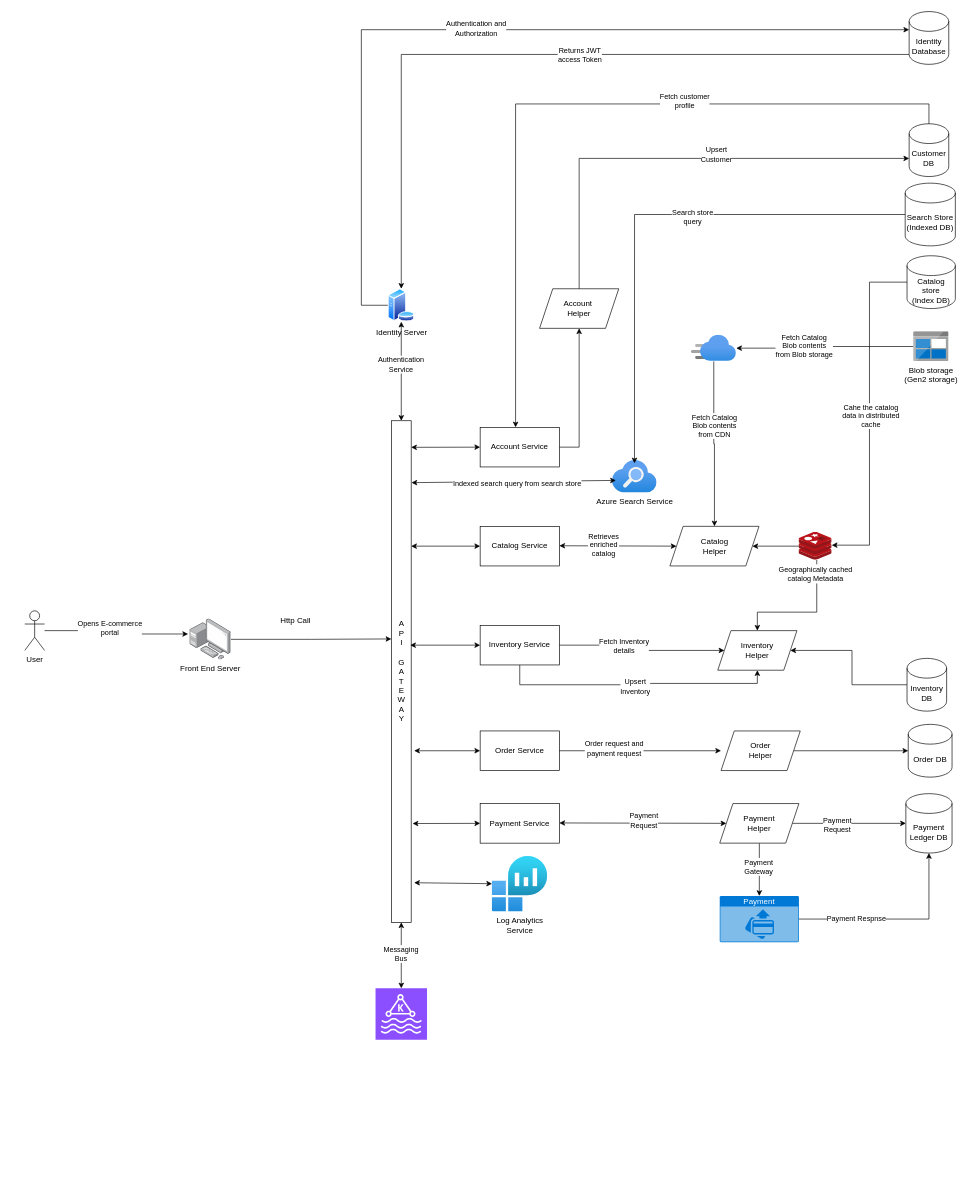
Earlier version of the draw.io diagram MicroserviceDesignDiagram.drawio (suryadipbasu/draw.io.design.diagrams). Source tidied: cells renumbered, new cells numbered last; positions are measured from the earlier drawing's top-left corner, leaving out a move shared by most shapes. Both pictures are drawn from the tidied source at 66%, with x=0, y=0 at pixel (24, 11).
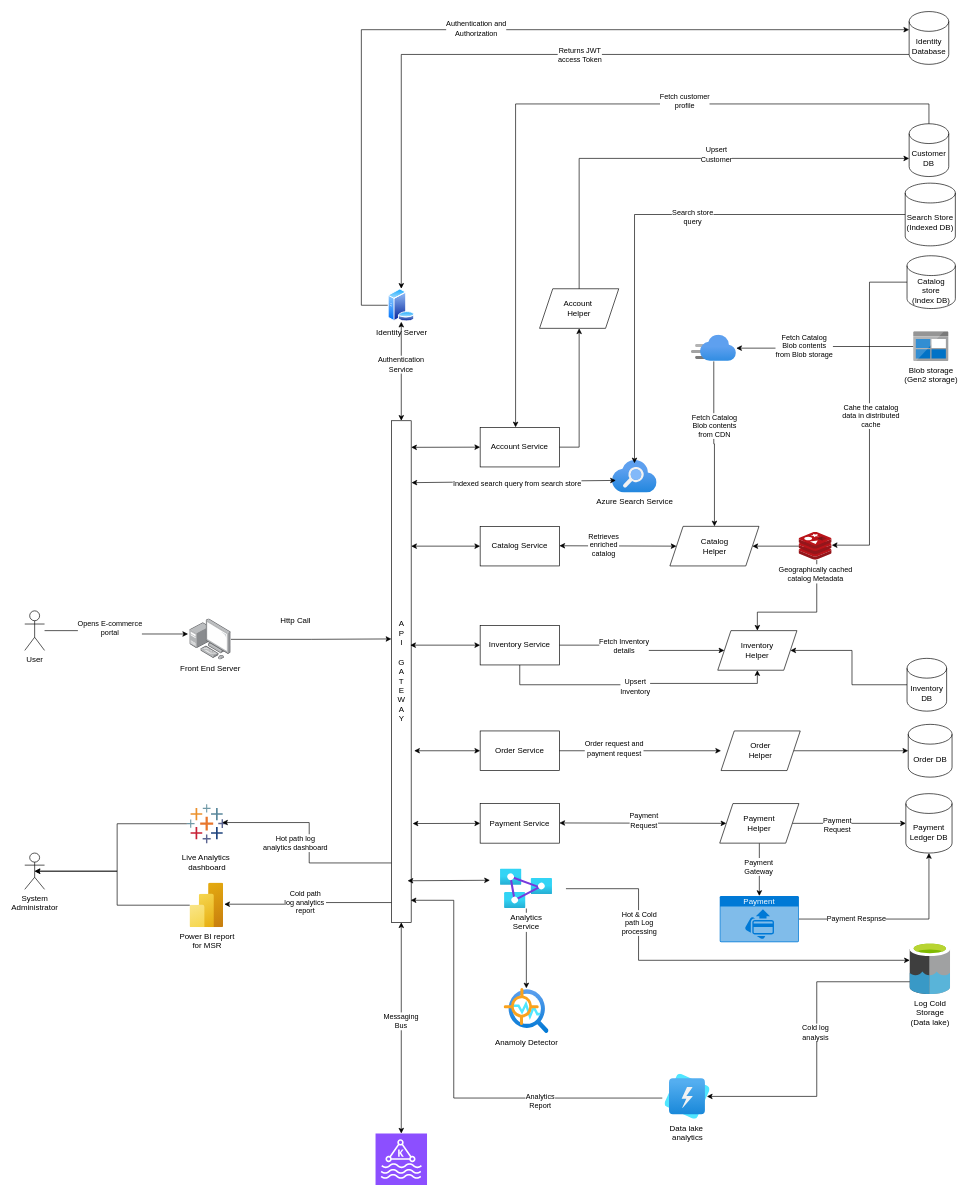
The same page after the edit.

The change refers to these unchanged cells:
```xml
<mxCell id="2" value="A&lt;br&gt;P&lt;br&gt;I&lt;br&gt;&lt;br&gt;G&lt;br&gt;A&lt;br&gt;T&lt;br&gt;E&lt;br&gt;W&lt;br&gt;A&lt;br&gt;Y" style="rounded=0;whiteSpace=wrap;html=1;" parent="1" vertex="1">
  <mxGeometry x="555.5" y="620" width="30" height="760" as="geometry" />
</mxCell>
```

Diff of the diagram source:
```diff
@@
     <mxCell id="24" style="sketch=0;points=[[0,0,0],[0.25,0,0],[0.5,0,0],[0.75,0,0],[1,0,0],[0,1,0],[0.25,1,0],[0.5,1,0],[0.75,1,0],[1,1,0],[0,0.25,0],[0,0.5,0],[0,0.75,0],[1,0.25,0],[1,0.5,0],[1,0.75,0]];outlineConnect=0;fontColor=#232F3E;fillColor=#8C4FFF;strokeColor=#ffffff;dashed=0;verticalLabelPosition=bottom;verticalAlign=top;align=center;html=1;fontSize=12;fontStyle=0;shape=mxgraph.aws4.resourceIcon;resIcon=mxgraph.aws4.managed_streaming_for_kafka;" parent="1" vertex="1">
-      <mxGeometry x="531.5" y="1480" width="78" height="78" as="geometry" />
+      <mxGeometry x="531.5" y="1700" width="78" height="78" as="geometry" />
     </mxCell>
@@
-    <mxCell id="31" value="Log Analytics&lt;br&gt;Service" style="image;html=1;points=[];align=center;fontSize=12;image=img/lib/azure2/analytics/Log_Analytics_Workspaces.svg;" parent="1" vertex="1">
-      <mxGeometry x="708" y="1280" width="84" height="84" as="geometry" />
-    </mxCell>
-    <mxCell id="32" style="endArrow=classic;startArrow=classic;html=1;rounded=0;exitX=1.15;exitY=0.921;exitDx=0;exitDy=0;exitPerimeter=0;" parent="1" edge="1" source="2" target="31">
-      <mxGeometry relative="1" as="geometry" />
+    <mxCell id="32" style="endArrow=classic;startArrow=classic;html=1;rounded=0;entryX=0.04;entryY=0.287;entryDx=0;entryDy=0;entryPerimeter=0;" parent="1" edge="1" target="97">
+      <mxGeometry relative="1" as="geometry">
+        <mxPoint x="580" y="1317" as="sourcePoint" />
+      </mxGeometry>
     </mxCell>
@@
+    <mxCell id="83" value="Power BI report&lt;br&gt;for MSR" style="image;html=1;points=[];align=center;fontSize=12;image=img/lib/azure2/analytics/Power_BI_Embedded.svg;" parent="1" vertex="1">
+      <mxGeometry x="250" y="1320" width="51" height="68" as="geometry" />
+    </mxCell>
+    <mxCell id="84" value="Log Cold&lt;br&gt;Storage&lt;br&gt;(Data lake)" style="shape=image;whiteSpace=wrap;html=1;boundedLbl=1;backgroundOutline=1;size=15;labelBackgroundColor=default;verticalAlign=top;verticalLabelPosition=bottom;sketch=0;image=img/lib/mscae/Data_Lake.svg;points=[];" parent="1" vertex="1">
+      <mxGeometry x="1341" y="1410" width="61.6" height="79.2" as="geometry" />
+    </mxCell>
+    <mxCell id="85" value="Live Analytics&amp;nbsp;&lt;div&gt;dashboard&lt;/div&gt;" style="verticalLabelPosition=bottom;html=1;shape=mxgraph.salesforce.analytics;" parent="1" vertex="1">
+      <mxGeometry x="245.5" y="1201.2" width="60" height="58.8" as="geometry" />
+    </mxCell>
+    <mxCell id="86" style="edgeStyle=orthogonalEdgeStyle;rounded=0;jettySize=auto;html=1;entryX=0.975;entryY=0.956;entryDx=0;entryDy=0;entryPerimeter=0;exitX=-0.059;exitY=0.533;exitDx=0;exitDy=0;exitPerimeter=0;" parent="1" edge="1" source="100" target="2">
+      <mxGeometry relative="1" as="geometry">
+        <Array as="points">
+          <mxPoint x="650" y="1646" />
+          <mxPoint x="650" y="1347" />
+        </Array>
+      </mxGeometry>
+    </mxCell>
+    <mxCell id="87" value="Analytics&lt;br&gt;Report" style="edgeLabel;html=1;align=center;verticalAlign=middle;" parent="86" vertex="1">
+      <mxGeometry x="-0.03" y="-5" relative="1" as="geometry">
+        <mxPoint x="125" y="18" as="offset" />
+      </mxGeometry>
+    </mxCell>
+    <mxCell id="88" style="edgeStyle=orthogonalEdgeStyle;rounded=0;jettySize=auto;html=1;entryX=0.895;entryY=0.469;entryDx=0;entryDy=0;entryPerimeter=0;" parent="1" edge="1" source="2" target="85">
+      <mxGeometry relative="1" as="geometry">
+        <Array as="points">
+          <mxPoint x="431" y="1290" />
+          <mxPoint x="431" y="1229" />
+        </Array>
+      </mxGeometry>
+    </mxCell>
+    <mxCell id="89" value="Hot path log&lt;br&gt;analytics dashboard" style="edgeLabel;html=1;align=center;verticalAlign=middle;" parent="88" vertex="1">
+      <mxGeometry x="0.28" y="1" relative="1" as="geometry">
+        <mxPoint x="-4" y="30" as="offset" />
+      </mxGeometry>
+    </mxCell>
+    <mxCell id="90" value="Anamoly Detector" style="image;html=1;points=[];align=center;fontSize=12;image=img/lib/azure2/ai_machine_learning/Anomaly_Detector.svg;" parent="1" vertex="1">
+      <mxGeometry x="726" y="1480" width="68" height="68" as="geometry" />
+    </mxCell>
+    <mxCell id="91" style="edgeStyle=orthogonalEdgeStyle;rounded=0;jettySize=auto;html=1;entryX=1.025;entryY=0.478;entryDx=0;entryDy=0;entryPerimeter=0;" parent="1" edge="1" source="2" target="83">
+      <mxGeometry relative="1" as="geometry">
+        <Array as="points">
+          <mxPoint x="428" y="1350" />
+          <mxPoint x="428" y="1353" />
+        </Array>
+      </mxGeometry>
+    </mxCell>
+    <mxCell id="92" value="Cold path&lt;br&gt;log analytics&amp;nbsp;&lt;br&gt;report" style="edgeLabel;html=1;align=center;verticalAlign=middle;" parent="91" vertex="1">
+      <mxGeometry x="0.05" y="-3" relative="1" as="geometry">
+        <mxPoint x="1" as="offset" />
+      </mxGeometry>
+    </mxCell>
+    <mxCell id="93" value="System&lt;br&gt;Administrator" style="shape=umlActor;verticalLabelPosition=bottom;verticalAlign=top;html=1;outlineConnect=0;" parent="1" vertex="1">
+      <mxGeometry y="1275" width="30" height="55" as="geometry" />
+    </mxCell>
+    <mxCell id="94" style="edgeStyle=orthogonalEdgeStyle;rounded=0;jettySize=auto;html=1;entryX=0.5;entryY=0.5;entryDx=0;entryDy=0;entryPerimeter=0;" parent="1" edge="1" source="85" target="93">
+      <mxGeometry relative="1" as="geometry">
+        <Array as="points">
+          <mxPoint x="140" y="1231" />
+          <mxPoint x="140" y="1303" />
+        </Array>
+      </mxGeometry>
+    </mxCell>
+    <mxCell id="95" style="edgeStyle=orthogonalEdgeStyle;rounded=0;jettySize=auto;html=1;entryX=0.5;entryY=0.5;entryDx=0;entryDy=0;entryPerimeter=0;" parent="1" edge="1" source="83" target="93">
+      <mxGeometry relative="1" as="geometry" />
+    </mxCell>
+    <mxCell id="96" style="edgeStyle=orthogonalEdgeStyle;rounded=0;jettySize=auto;html=1;" parent="1" edge="1" source="97" target="90">
+      <mxGeometry relative="1" as="geometry" />
+    </mxCell>
+    <mxCell id="97" value="Analytics&lt;br&gt;Service" style="rounded=0;whiteSpace=wrap;html=1;shape=image;labelBackgroundColor=default;verticalAlign=top;verticalLabelPosition=bottom;points=[];image=img/lib/azure2/analytics/Analysis_Services.svg;" parent="1" vertex="1">
+      <mxGeometry x="700" y="1299" width="120" height="60" as="geometry" />
+    </mxCell>
+    <mxCell id="98" style="edgeStyle=orthogonalEdgeStyle;rounded=0;jettySize=auto;html=1;entryX=0;entryY=0.347;entryDx=0;entryDy=0;entryPerimeter=0;" parent="1" edge="1" source="97" target="84">
+      <mxGeometry relative="1" as="geometry">
+        <Array as="points">
+          <mxPoint x="930" y="1329" />
+          <mxPoint x="930" y="1438" />
+        </Array>
+      </mxGeometry>
+    </mxCell>
+    <mxCell id="99" value="Hot &amp;amp; Cold&lt;br&gt;path Log&lt;br&gt;processing" style="edgeLabel;html=1;align=center;verticalAlign=middle;" parent="98" vertex="1">
+      <mxGeometry x="-0.49" relative="1" as="geometry" />
+    </mxCell>
+    <mxCell id="100" value="Data lake&amp;nbsp;&lt;br&gt;analytics" style="image;html=1;points=[];align=center;fontSize=12;image=img/lib/azure2/analytics/Data_Lake_Analytics.svg;" parent="1" vertex="1">
+      <mxGeometry x="970" y="1610" width="68" height="68" as="geometry" />
+    </mxCell>
+    <mxCell id="101" style="edgeStyle=orthogonalEdgeStyle;rounded=0;jettySize=auto;html=1;entryX=0.934;entryY=0.496;entryDx=0;entryDy=0;entryPerimeter=0;" parent="1" edge="1" source="84" target="100">
+      <mxGeometry relative="1" as="geometry">
+        <Array as="points">
+          <mxPoint x="1200" y="1470" />
+          <mxPoint x="1200" y="1644" />
+        </Array>
+      </mxGeometry>
+    </mxCell>
+    <mxCell id="102" value="Cold log&lt;br&gt;analysis" style="edgeLabel;html=1;align=center;verticalAlign=middle;" parent="101" vertex="1">
+      <mxGeometry x="-0.1" y="-3" relative="1" as="geometry" />
+    </mxCell>
```
